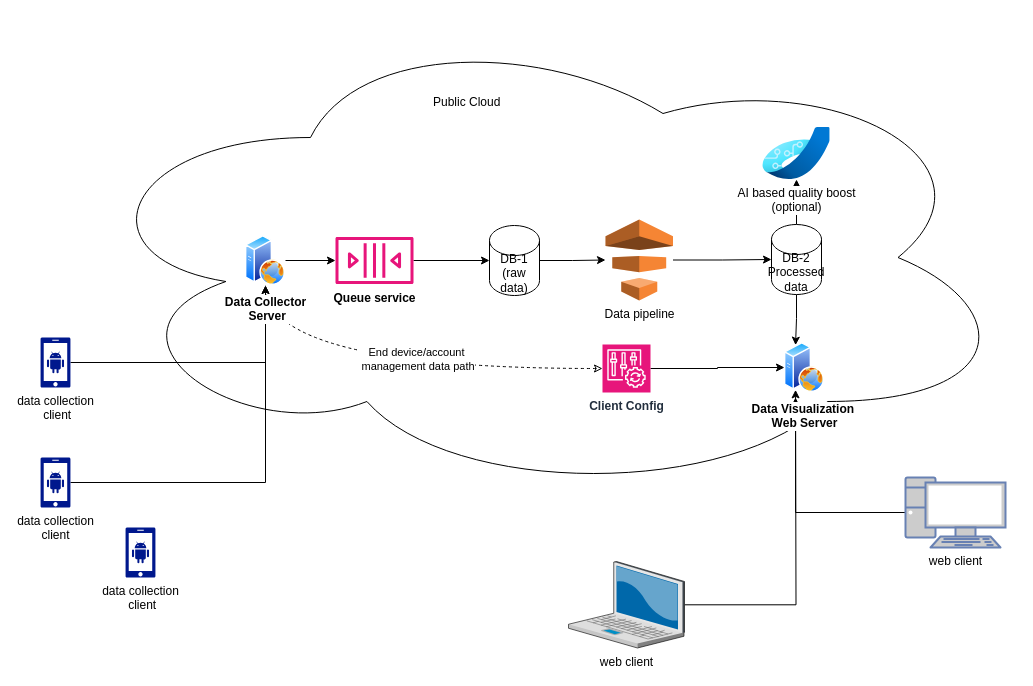
Earlier version of the draw.io diagram Untitled Diagram.drawio (xiangfa/testGithub). Source tidied: cells renumbered, new cells numbered last; positions are measured from the earlier drawing's top-left corner, leaving out a move shared by most shapes. Both pictures are drawn from the tidied source at 100%, with x=0, y=0 at pixel (40, 17).
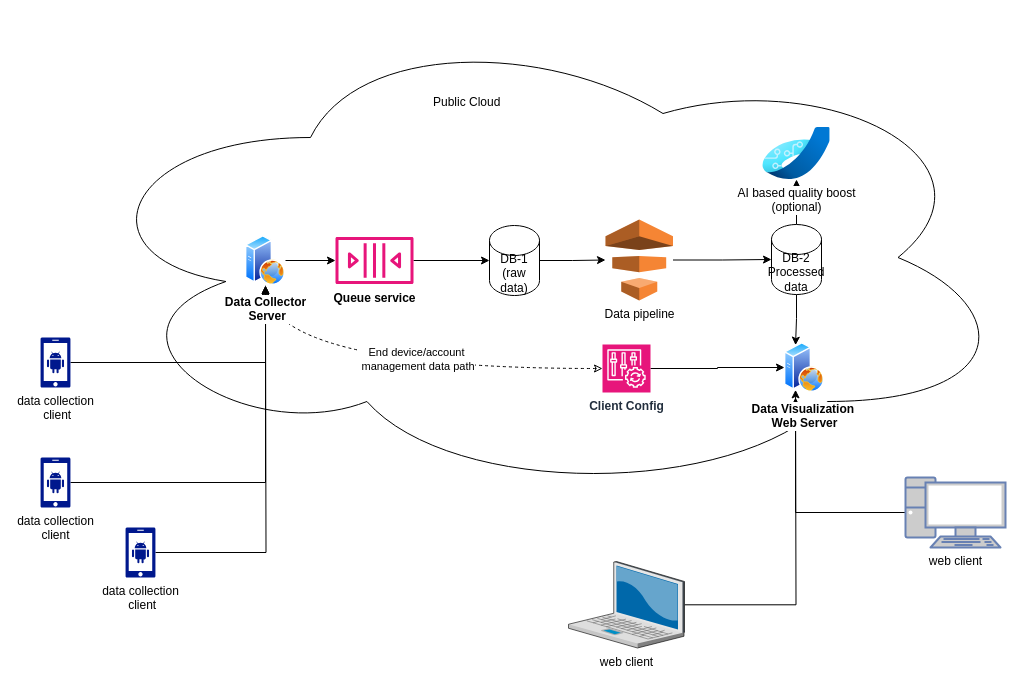
Above is the later version.

Commit message:
connect third phone

The change refers to these unchanged cells:
```xml
<mxCell id="7" value="data collection&lt;div&gt;&amp;nbsp;client&lt;/div&gt;" style="sketch=0;shadow=0;dashed=0;html=1;strokeColor=none;labelPosition=center;verticalLabelPosition=bottom;verticalAlign=top;align=center;fillColor=#00188D;shape=mxgraph.mscae.enterprise.android_phone;" parent="1" vertex="1">
  <mxGeometry x="85" y="510" width="30" height="50" as="geometry" />
</mxCell>
```

Diff of the diagram source:
```diff
@@
+    <mxCell id="30" style="edgeStyle=orthogonalEdgeStyle;rounded=0;jettySize=auto;html=1;" parent="1" edge="1" source="7">
+      <mxGeometry relative="1" as="geometry">
+        <mxPoint x="225" y="270" as="targetPoint" />
+      </mxGeometry>
+    </mxCell>
```
